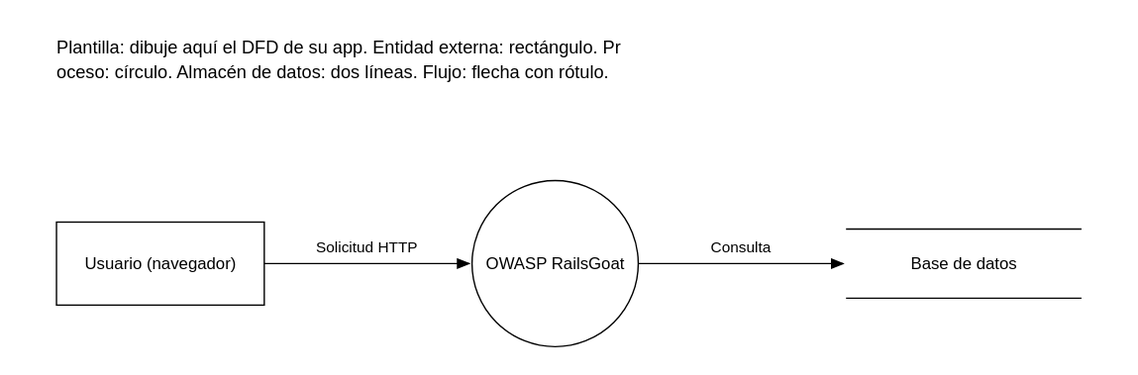
This is seguridad/fase-2/dfd.drawio.svg from aaaron27/sdlc-railsgoat-equipo-3, a draw.io export, as it was before one commit. Source tidied: cells renumbered, new cells last; positions are measured from the earlier drawing's top-left corner, leaving out a move shared by most shapes.
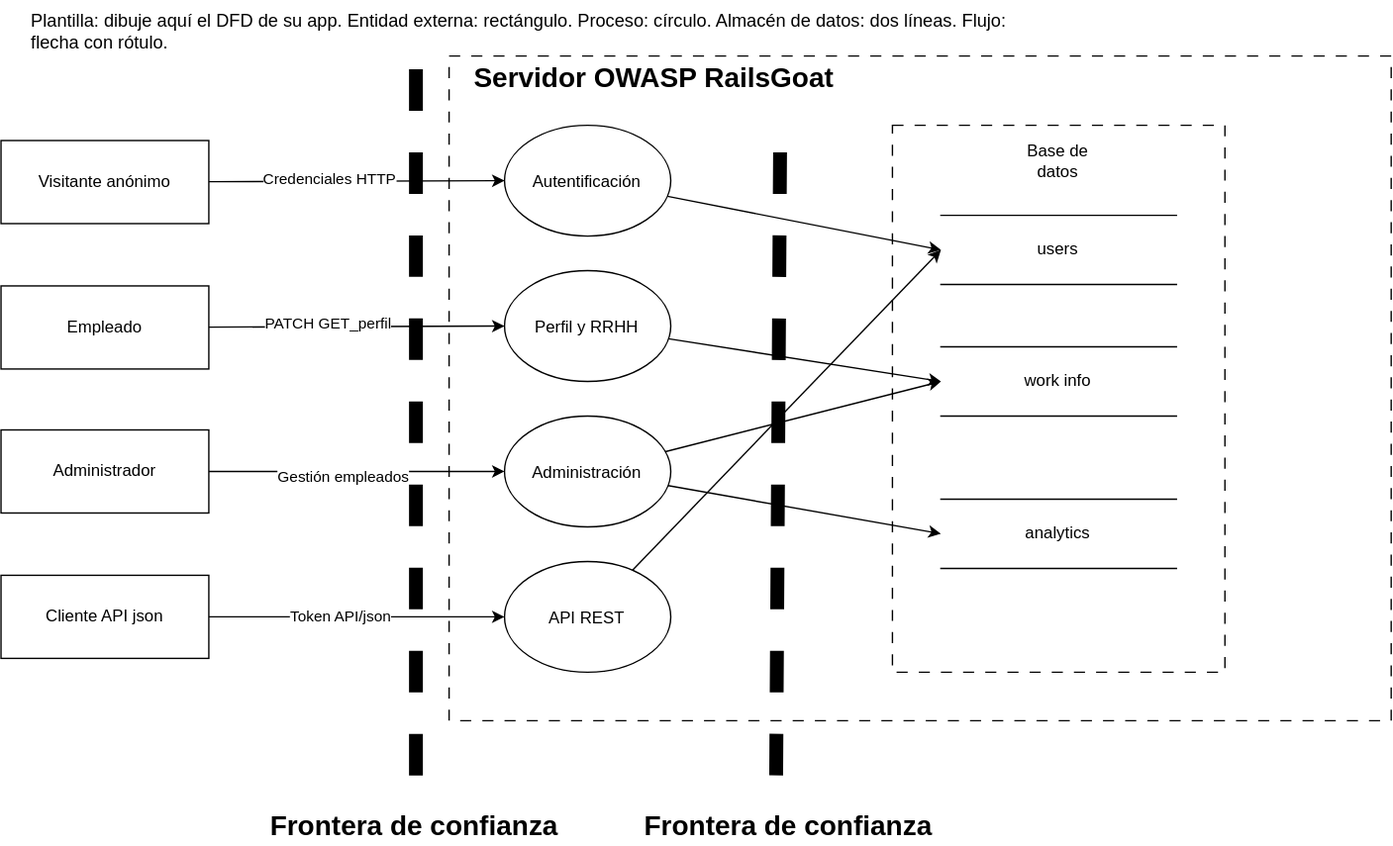
The same diagram one commit later.

Commit message:
digrama - frontera de confianza

Change to the diagram source:
```diff
@@ -2,23 +2,112 @@
   <root>
     <mxCell id="0" />
     <mxCell id="1" parent="0" />
+    <mxCell id="8" style="rounded=0;whiteSpace=wrap;html=1;dashed=1;dashPattern=8 8;" parent="1" vertex="1">
+      <mxGeometry x="303.4" y="40" width="680" height="480" as="geometry" />
+    </mxCell>
+    <mxCell id="9" style="rounded=0;whiteSpace=wrap;html=1;fillStyle=auto;dashed=1;dashPattern=8 8;" parent="1" vertex="1">
+      <mxGeometry x="623.4" y="90" width="240" height="395" as="geometry" />
+    </mxCell>
     <mxCell id="2" value="Plantilla: dibuje aquí el DFD de su app. Entidad externa: rectángulo. Proceso: círculo. Almacén de datos: dos líneas. Flujo: flecha con rótulo." style="text;html=1;align=left;verticalAlign=top;whiteSpace=wrap;fontSize=13;" parent="1" vertex="1">
       <mxGeometry width="740" height="40" as="geometry" />
     </mxCell>
+    <mxCell id="10" style="edgeStyle=none;html=1;entryX=0;entryY=0.5;entryDx=0;entryDy=0;" parent="1" edge="1" source="3" target="22">
+      <mxGeometry relative="1" as="geometry" />
+    </mxCell>
+    <mxCell id="11" value="Credenciales HTTP" style="edgeLabel;html=1;align=center;verticalAlign=middle;inheritText=1;" parent="10" vertex="1">
+      <mxGeometry x="-0.19" y="2" relative="1" as="geometry" />
+    </mxCell>
-    <mxCell id="3" value="Usuario (navegador)" style="rounded=0;whiteSpace=wrap;html=1;" parent="1" vertex="1">
-      <mxGeometry y="140" width="150" height="60" as="geometry" />
+    <mxCell id="3" value="Visitante anónimo" style="rounded=0;whiteSpace=wrap;html=1;" parent="1" vertex="1">
+      <mxGeometry x="-20" y="101" width="150" height="60" as="geometry" />
     </mxCell>
-    <mxCell id="4" value="OWASP RailsGoat" style="ellipse;whiteSpace=wrap;html=1;" parent="1" vertex="1">
-      <mxGeometry x="300" y="110" width="120" height="120" as="geometry" />
-    </mxCell>
-    <mxCell id="5" value="Base de datos" style="shape=partialRectangle;whiteSpace=wrap;html=1;left=0;right=0;fillColor=none;" parent="1" vertex="1">
-      <mxGeometry x="570" y="145" width="170" height="50" as="geometry" />
+    <mxCell id="5" value="users" style="shape=partialRectangle;whiteSpace=wrap;html=1;left=0;right=0;fillColor=none;" parent="1" vertex="1">
+      <mxGeometry x="658.4" y="155" width="170" height="50" as="geometry" />
     </mxCell>
-    <mxCell id="6" value="Solicitud HTTP" style="endArrow=classic;html=1;" parent="1" edge="1" source="3" target="4">
-      <mxGeometry relative="1" as="geometry" />
-    </mxCell>
-    <mxCell id="7" value="Consulta" style="endArrow=classic;html=1;" parent="1" edge="1" source="4" target="5">
-      <mxGeometry relative="1" as="geometry" />
-    </mxCell>
+    <mxCell id="12" style="edgeStyle=none;html=1;entryX=0;entryY=0.5;entryDx=0;entryDy=0;" parent="1" edge="1" source="14" target="24">
+      <mxGeometry relative="1" as="geometry" />
+    </mxCell>
+    <mxCell id="13" value="PATCH GET_perfil" style="edgeLabel;html=1;align=center;verticalAlign=middle;inheritText=1;" parent="12" vertex="1">
+      <mxGeometry x="-0.2" y="3" relative="1" as="geometry" />
+    </mxCell>
+    <mxCell id="14" value="Empleado" style="rounded=0;whiteSpace=wrap;html=1;" parent="1" vertex="1">
+      <mxGeometry x="-20" y="206" width="150" height="60" as="geometry" />
+    </mxCell>
+    <mxCell id="15" style="edgeStyle=none;html=1;entryX=0;entryY=0.5;entryDx=0;entryDy=0;" parent="1" edge="1" source="17" target="27">
+      <mxGeometry relative="1" as="geometry" />
+    </mxCell>
+    <mxCell id="16" value="Gestión empleados" style="edgeLabel;html=1;align=center;verticalAlign=middle;inheritText=1;" parent="15" vertex="1">
+      <mxGeometry x="-0.11" y="-3" relative="1" as="geometry">
+        <mxPoint x="1" as="offset" />
+      </mxGeometry>
+    </mxCell>
+    <mxCell id="17" value="Administrador" style="rounded=0;whiteSpace=wrap;html=1;" parent="1" vertex="1">
+      <mxGeometry x="-20" y="310" width="150" height="60" as="geometry" />
+    </mxCell>
+    <mxCell id="18" style="edgeStyle=none;html=1;entryX=0;entryY=0.5;entryDx=0;entryDy=0;" parent="1" edge="1" source="20" target="29">
+      <mxGeometry relative="1" as="geometry" />
+    </mxCell>
+    <mxCell id="19" value="Token API/json" style="edgeLabel;html=1;align=center;verticalAlign=middle;inheritText=1;" parent="18" vertex="1">
+      <mxGeometry x="-0.12" y="1" relative="1" as="geometry" />
+    </mxCell>
+    <mxCell id="20" value="Cliente API json" style="rounded=0;whiteSpace=wrap;html=1;" parent="1" vertex="1">
+      <mxGeometry x="-20" y="415" width="150" height="60" as="geometry" />
+    </mxCell>
+    <mxCell id="21" style="edgeStyle=none;html=1;entryX=0;entryY=0.5;entryDx=0;entryDy=0;" parent="1" edge="1" source="22" target="5">
+      <mxGeometry relative="1" as="geometry" />
+    </mxCell>
+    <mxCell id="22" value="Autentificación" style="ellipse;whiteSpace=wrap;html=1;shapeInside=1;" parent="1" vertex="1">
+      <mxGeometry x="343.4" y="90" width="120" height="80" as="geometry" />
+    </mxCell>
+    <mxCell id="23" style="edgeStyle=none;html=1;entryX=0;entryY=0.5;entryDx=0;entryDy=0;" parent="1" edge="1" source="24" target="31">
+      <mxGeometry relative="1" as="geometry" />
+    </mxCell>
+    <mxCell id="24" value="Perfil y RRHH" style="ellipse;whiteSpace=wrap;html=1;shapeInside=1;" parent="1" vertex="1">
+      <mxGeometry x="343.4" y="195" width="120" height="80" as="geometry" />
+    </mxCell>
+    <mxCell id="25" style="edgeStyle=none;html=1;entryX=0;entryY=0.5;entryDx=0;entryDy=0;" parent="1" edge="1" source="27" target="32">
+      <mxGeometry relative="1" as="geometry" />
+    </mxCell>
+    <mxCell id="26" style="edgeStyle=none;html=1;entryX=0;entryY=0.5;entryDx=0;entryDy=0;" parent="1" edge="1" source="27" target="31">
+      <mxGeometry relative="1" as="geometry" />
+    </mxCell>
+    <mxCell id="27" value="Administración" style="ellipse;whiteSpace=wrap;html=1;shapeInside=1;" parent="1" vertex="1">
+      <mxGeometry x="343.4" y="300" width="120" height="80" as="geometry" />
+    </mxCell>
+    <mxCell id="28" style="edgeStyle=none;html=1;entryX=0;entryY=0.5;entryDx=0;entryDy=0;" parent="1" edge="1" source="29" target="5">
+      <mxGeometry relative="1" as="geometry" />
+    </mxCell>
+    <mxCell id="29" value="API REST" style="ellipse;whiteSpace=wrap;html=1;shapeInside=1;" parent="1" vertex="1">
+      <mxGeometry x="343.4" y="405" width="120" height="80" as="geometry" />
+    </mxCell>
+    <mxCell id="30" value="Base de datos" style="text;html=1;whiteSpace=wrap;strokeColor=none;fillColor=none;align=center;verticalAlign=middle;rounded=0;" parent="1" vertex="1">
+      <mxGeometry x="713.4" y="101" width="60" height="30" as="geometry" />
+    </mxCell>
+    <mxCell id="31" value="work info" style="shape=partialRectangle;whiteSpace=wrap;html=1;left=0;right=0;fillColor=none;" parent="1" vertex="1">
+      <mxGeometry x="658.4" y="250" width="170" height="50" as="geometry" />
+    </mxCell>
+    <mxCell id="32" value="analytics" style="shape=partialRectangle;whiteSpace=wrap;html=1;left=0;right=0;fillColor=none;" parent="1" vertex="1">
+      <mxGeometry x="658.4" y="360" width="170" height="50" as="geometry" />
+    </mxCell>
+    <mxCell id="33" style="endArrow=none;dashed=1;html=1;strokeWidth=10;" parent="1" edge="1">
+      <mxGeometry relative="1" as="geometry">
+        <mxPoint x="280" y="560" as="sourcePoint" />
+        <mxPoint x="280" y="40" as="targetPoint" />
+      </mxGeometry>
+    </mxCell>
+    <mxCell id="34" style="endArrow=none;dashed=1;html=1;strokeWidth=10;" parent="1" edge="1">
+      <mxGeometry relative="1" as="geometry">
+        <mxPoint x="540" y="560" as="sourcePoint" />
+        <mxPoint x="543" y="80" as="targetPoint" />
+      </mxGeometry>
+    </mxCell>
+    <mxCell id="35" value="Servidor OWASP RailsGoat" style="text;html=1;whiteSpace=wrap;strokeColor=none;fillColor=none;align=center;verticalAlign=middle;rounded=0;fontStyle=1;fontSize=20;" parent="1" vertex="1">
+      <mxGeometry x="303.4" y="40" width="296.6" height="30" as="geometry" />
+    </mxCell>
+    <mxCell id="36" value="Frontera de confianza" style="text;html=1;whiteSpace=wrap;strokeColor=none;fillColor=none;align=center;verticalAlign=middle;rounded=0;fontStyle=1;fontSize=20;" parent="1" vertex="1">
+      <mxGeometry x="130" y="580" width="296.6" height="30" as="geometry" />
+    </mxCell>
+    <mxCell id="37" value="Frontera de confianza" style="text;html=1;whiteSpace=wrap;strokeColor=none;fillColor=none;align=center;verticalAlign=middle;rounded=0;fontStyle=1;fontSize=20;" parent="1" vertex="1">
+      <mxGeometry x="400" y="580" width="296.6" height="30" as="geometry" />
+    </mxCell>
   </root>
 </mxGraphModel>
```
